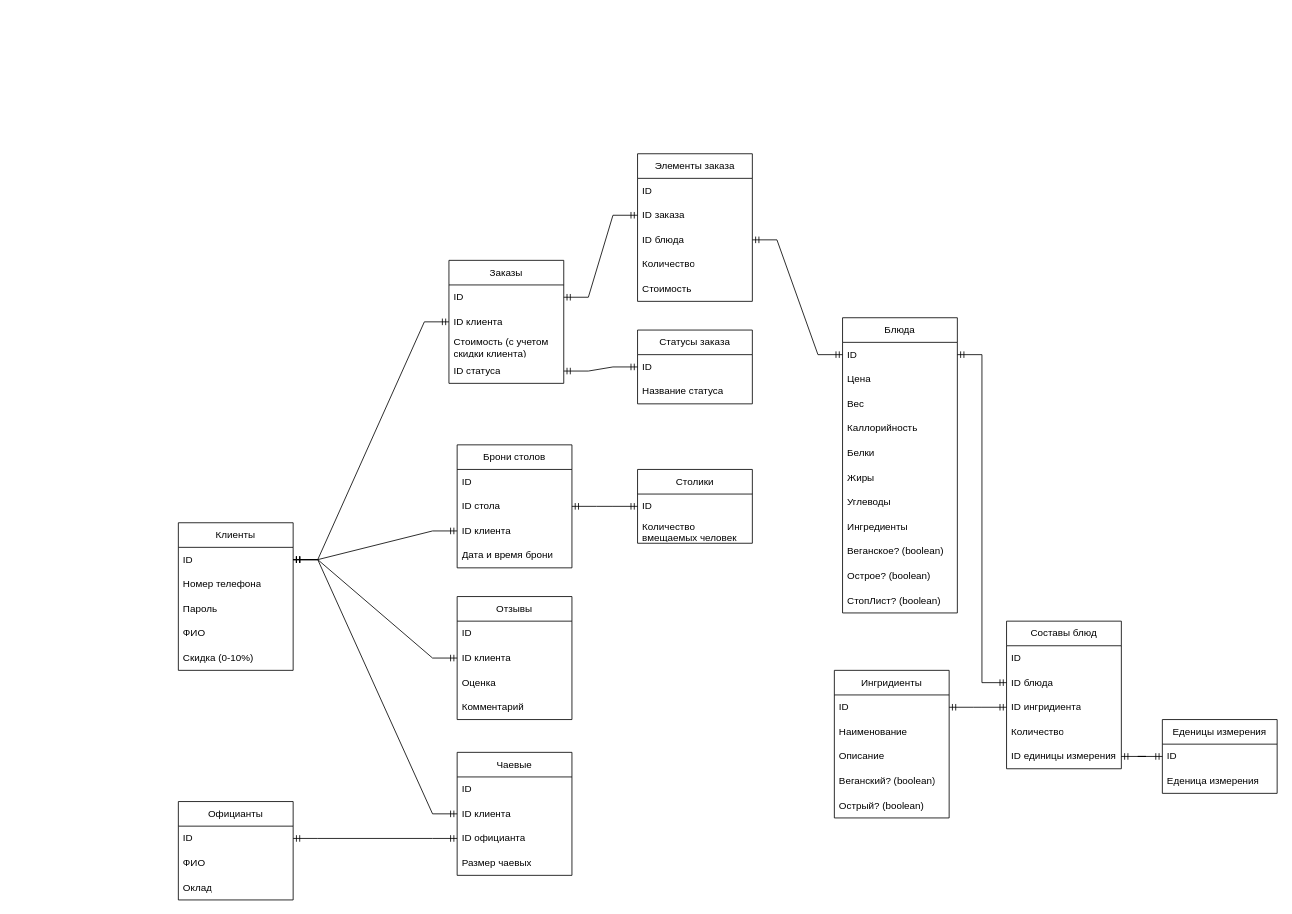
Rashen95/DiplomProject keeps this draw.io diagram as DB.drawio. Above is the earlier version. Source tidied: cells renumbered, new cells numbered last; positions are measured from the earlier drawing's top-left corner, leaving out a move shared by most shapes. Both pictures are drawn from the tidied source at 82%, with x=0, y=0 at pixel (178, 153).
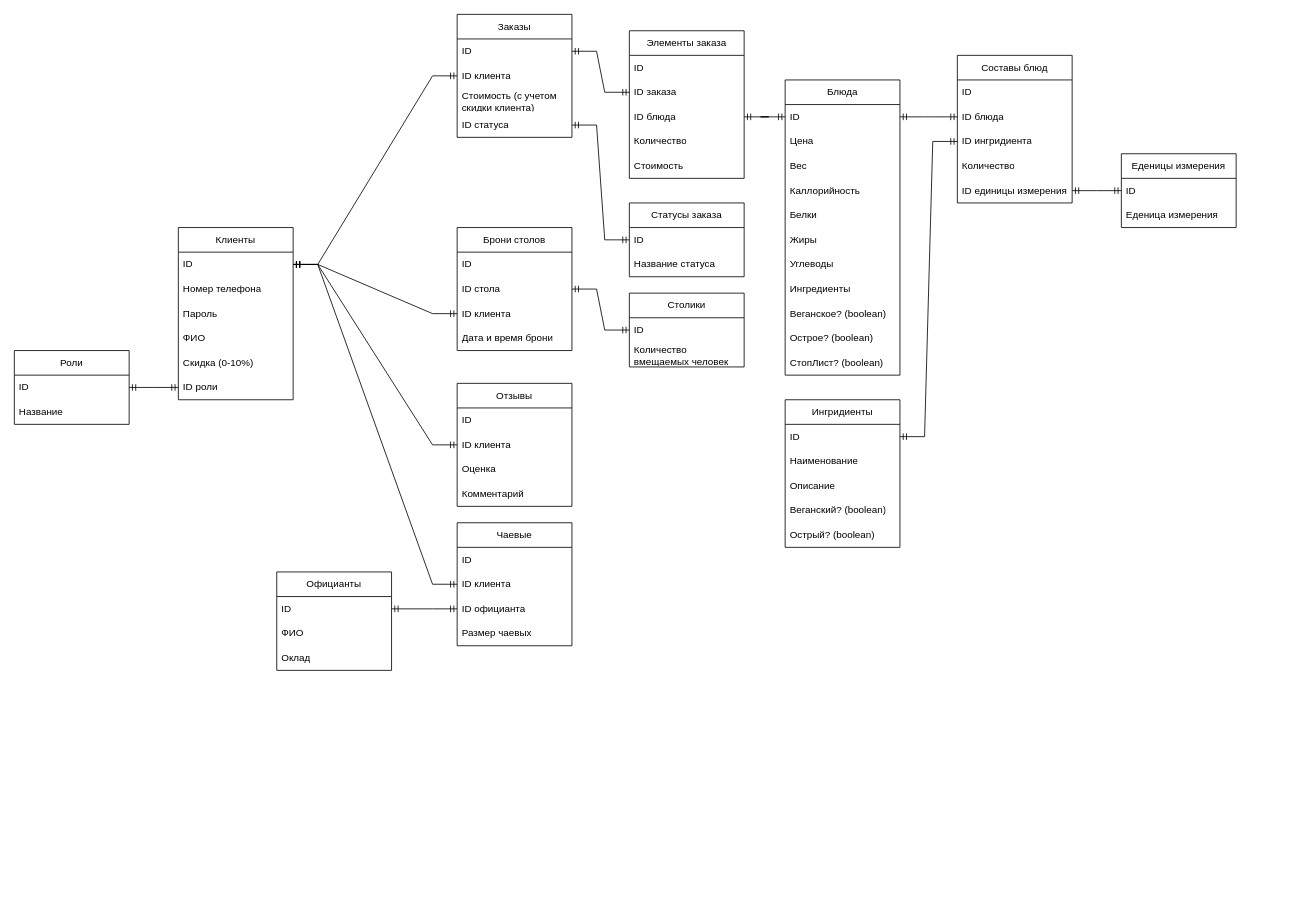
Above is the later version.

What changed in the source:
```diff
@@
     <mxCell id="2" value="Клиенты" style="swimlane;fontStyle=0;horizontal=1;startSize=30;whiteSpace=wrap;html=1;" parent="1" vertex="1">
-      <mxGeometry y="450" width="140" height="180" as="geometry" />
+      <mxGeometry y="90" width="140" height="210" as="geometry" />
     </mxCell>
@@
+    <mxCell id="83" value="ID роли" style="text;strokeColor=none;fillColor=none;align=left;verticalAlign=middle;spacingLeft=4;spacingRight=4;overflow=hidden;points=[[0,0.5],[1,0.5]];portConstraint=eastwest;whiteSpace=wrap;html=1;" parent="2" vertex="1">
+      <mxGeometry y="180" width="140" height="30" as="geometry" />
+    </mxCell>
     <mxCell id="8" value="Блюда" style="swimlane;fontStyle=0;horizontal=1;startSize=30;whiteSpace=wrap;html=1;" parent="1" vertex="1">
-      <mxGeometry x="810" y="200" width="140" height="360" as="geometry" />
+      <mxGeometry x="740" y="-90" width="140" height="360" as="geometry" />
     </mxCell>
@@
     <mxCell id="20" value="Заказы" style="swimlane;fontStyle=0;horizontal=1;startSize=30;whiteSpace=wrap;html=1;" parent="1" vertex="1">
-      <mxGeometry x="330" y="130" width="140" height="150" as="geometry" />
+      <mxGeometry x="340" y="-170" width="140" height="150" as="geometry" />
     </mxCell>
@@
     <mxCell id="27" value="Официанты" style="swimlane;fontStyle=0;horizontal=1;startSize=30;whiteSpace=wrap;html=1;" parent="1" vertex="1">
-      <mxGeometry y="790" width="140" height="120" as="geometry" />
+      <mxGeometry x="120" y="510" width="140" height="120" as="geometry" />
     </mxCell>
@@
     <mxCell id="31" value="Столики" style="swimlane;fontStyle=0;horizontal=1;startSize=30;whiteSpace=wrap;html=1;" parent="1" vertex="1">
-      <mxGeometry x="560" y="385" width="140" height="90" as="geometry" />
+      <mxGeometry x="550" y="170" width="140" height="90" as="geometry" />
     </mxCell>
@@
     <mxCell id="34" value="Брони столов" style="swimlane;fontStyle=0;horizontal=1;startSize=30;whiteSpace=wrap;html=1;" parent="1" vertex="1">
-      <mxGeometry x="340" y="355" width="140" height="150" as="geometry" />
+      <mxGeometry x="340" y="90" width="140" height="150" as="geometry" />
     </mxCell>
@@
     <mxCell id="40" value="Отзывы" style="swimlane;fontStyle=0;horizontal=1;startSize=30;whiteSpace=wrap;html=1;" parent="1" vertex="1">
-      <mxGeometry x="340" y="540" width="140" height="150" as="geometry" />
+      <mxGeometry x="340" y="280" width="140" height="150" as="geometry" />
     </mxCell>
@@
     <mxCell id="46" value="Чаевые" style="swimlane;fontStyle=0;horizontal=1;startSize=30;whiteSpace=wrap;html=1;" parent="1" vertex="1">
-      <mxGeometry x="340" y="730" width="140" height="150" as="geometry" />
+      <mxGeometry x="340" y="450" width="140" height="150" as="geometry" />
     </mxCell>
@@
     <mxCell id="54" value="Элементы заказа" style="swimlane;fontStyle=0;horizontal=1;startSize=30;whiteSpace=wrap;html=1;" parent="1" vertex="1">
-      <mxGeometry x="560" width="140" height="180" as="geometry" />
+      <mxGeometry x="550" y="-150" width="140" height="180" as="geometry" />
     </mxCell>
@@
     <mxCell id="61" value="Ингридиенты" style="swimlane;fontStyle=0;horizontal=1;startSize=30;whiteSpace=wrap;html=1;" parent="1" vertex="1">
-      <mxGeometry x="800" y="630" width="140" height="180" as="geometry" />
+      <mxGeometry x="740" y="300" width="140" height="180" as="geometry" />
     </mxCell>
@@
     <mxCell id="67" value="Составы блюд" style="swimlane;fontStyle=0;horizontal=1;startSize=30;whiteSpace=wrap;html=1;" parent="1" vertex="1">
-      <mxGeometry x="1010" y="570" width="140" height="180" as="geometry" />
+      <mxGeometry x="950" y="-120" width="140" height="180" as="geometry" />
     </mxCell>
@@
     <mxCell id="73" value="Еденицы измерения" style="swimlane;fontStyle=0;horizontal=1;startSize=30;whiteSpace=wrap;html=1;" parent="1" vertex="1">
-      <mxGeometry x="1200" y="690" width="140" height="90" as="geometry" />
+      <mxGeometry x="1150" width="140" height="90" as="geometry" />
     </mxCell>
@@
     <mxCell id="79" value="Статусы заказа" style="swimlane;fontStyle=0;horizontal=1;startSize=30;whiteSpace=wrap;html=1;" parent="1" vertex="1">
-      <mxGeometry x="560" y="215" width="140" height="90" as="geometry" />
+      <mxGeometry x="550" y="60" width="140" height="90" as="geometry" />
     </mxCell>
@@
+    <mxCell id="84" value="Роли" style="swimlane;fontStyle=0;horizontal=1;startSize=30;whiteSpace=wrap;html=1;" parent="1" vertex="1">
+      <mxGeometry x="-200" y="240" width="140" height="90" as="geometry" />
+    </mxCell>
+    <mxCell id="85" value="ID" style="text;strokeColor=none;fillColor=none;align=left;verticalAlign=middle;spacingLeft=4;spacingRight=4;overflow=hidden;points=[[0,0.5],[1,0.5]];portConstraint=eastwest;whiteSpace=wrap;html=1;" parent="84" vertex="1">
+      <mxGeometry y="30" width="140" height="30" as="geometry" />
+    </mxCell>
+    <mxCell id="86" value="Название" style="text;strokeColor=none;fillColor=none;align=left;verticalAlign=middle;spacingLeft=4;spacingRight=4;overflow=hidden;whiteSpace=wrap;html=1;" parent="84" vertex="1">
+      <mxGeometry y="60" width="140" height="30" as="geometry" />
+    </mxCell>
+    <mxCell id="87" style="edgeStyle=entityRelationEdgeStyle;fontSize=12;html=1;endArrow=ERmandOne;startArrow=ERmandOne;rounded=0;entryX=0;entryY=0.5;entryDx=0;entryDy=0;exitX=1;exitY=0.5;exitDx=0;exitDy=0;" parent="1" edge="1" source="85" target="83">
+      <mxGeometry relative="1" as="geometry" />
+    </mxCell>
```
